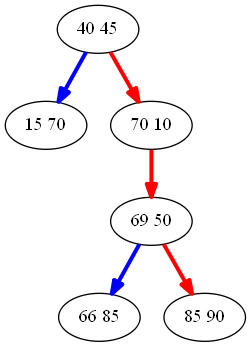
Before: tree.png, a diagram exported from Graphviz (rolton1999/kd_trees). Its source is kept beside it as tree.dot.
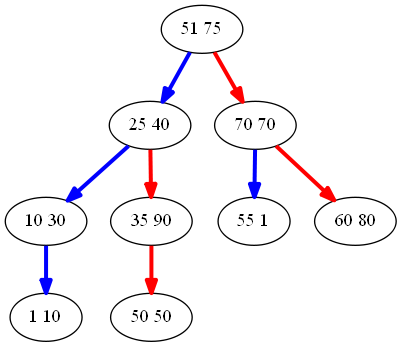
After the change.

Diff of the diagram source:
```diff
@@ -1,7 +1,19 @@
 digraph {
-	"40 45" -> "15 70"[color=blue,penwidth=3.0];
-	"40 45" -> "70 10"[color=red,penwidth=3.0];
-	"70 10" -> "69 50"[color=red,penwidth=3.0];
-	"69 50" -> "66 85"[color=blue,penwidth=3.0];
-	"69 50" -> "85 90"[color=red,penwidth=3.0];
+	N0 [label="51 75"];
+	N1 [label="25 40"];
+	N2 [label="70 70"];
+	N3 [label="10 30"];
+	N4 [label="35 90"];
+	N5 [label="55 1"];
+	N6 [label="60 80"];
+	N7 [label="1 10"];
+	N8 [label="50 50"];
+	N0 -> N1[color=blue,penwidth=3.0];
+	N0 -> N2[color=red,penwidth=3.0];
+	N1 -> N3[color=blue,penwidth=3.0];
+	N1 -> N4[color=red,penwidth=3.0];
+	N2 -> N5[color=blue,penwidth=3.0];
+	N2 -> N6[color=red,penwidth=3.0];
+	N3 -> N7[color=blue,penwidth=3.0];
+	N4 -> N8[color=red,penwidth=3.0];
 }
```
